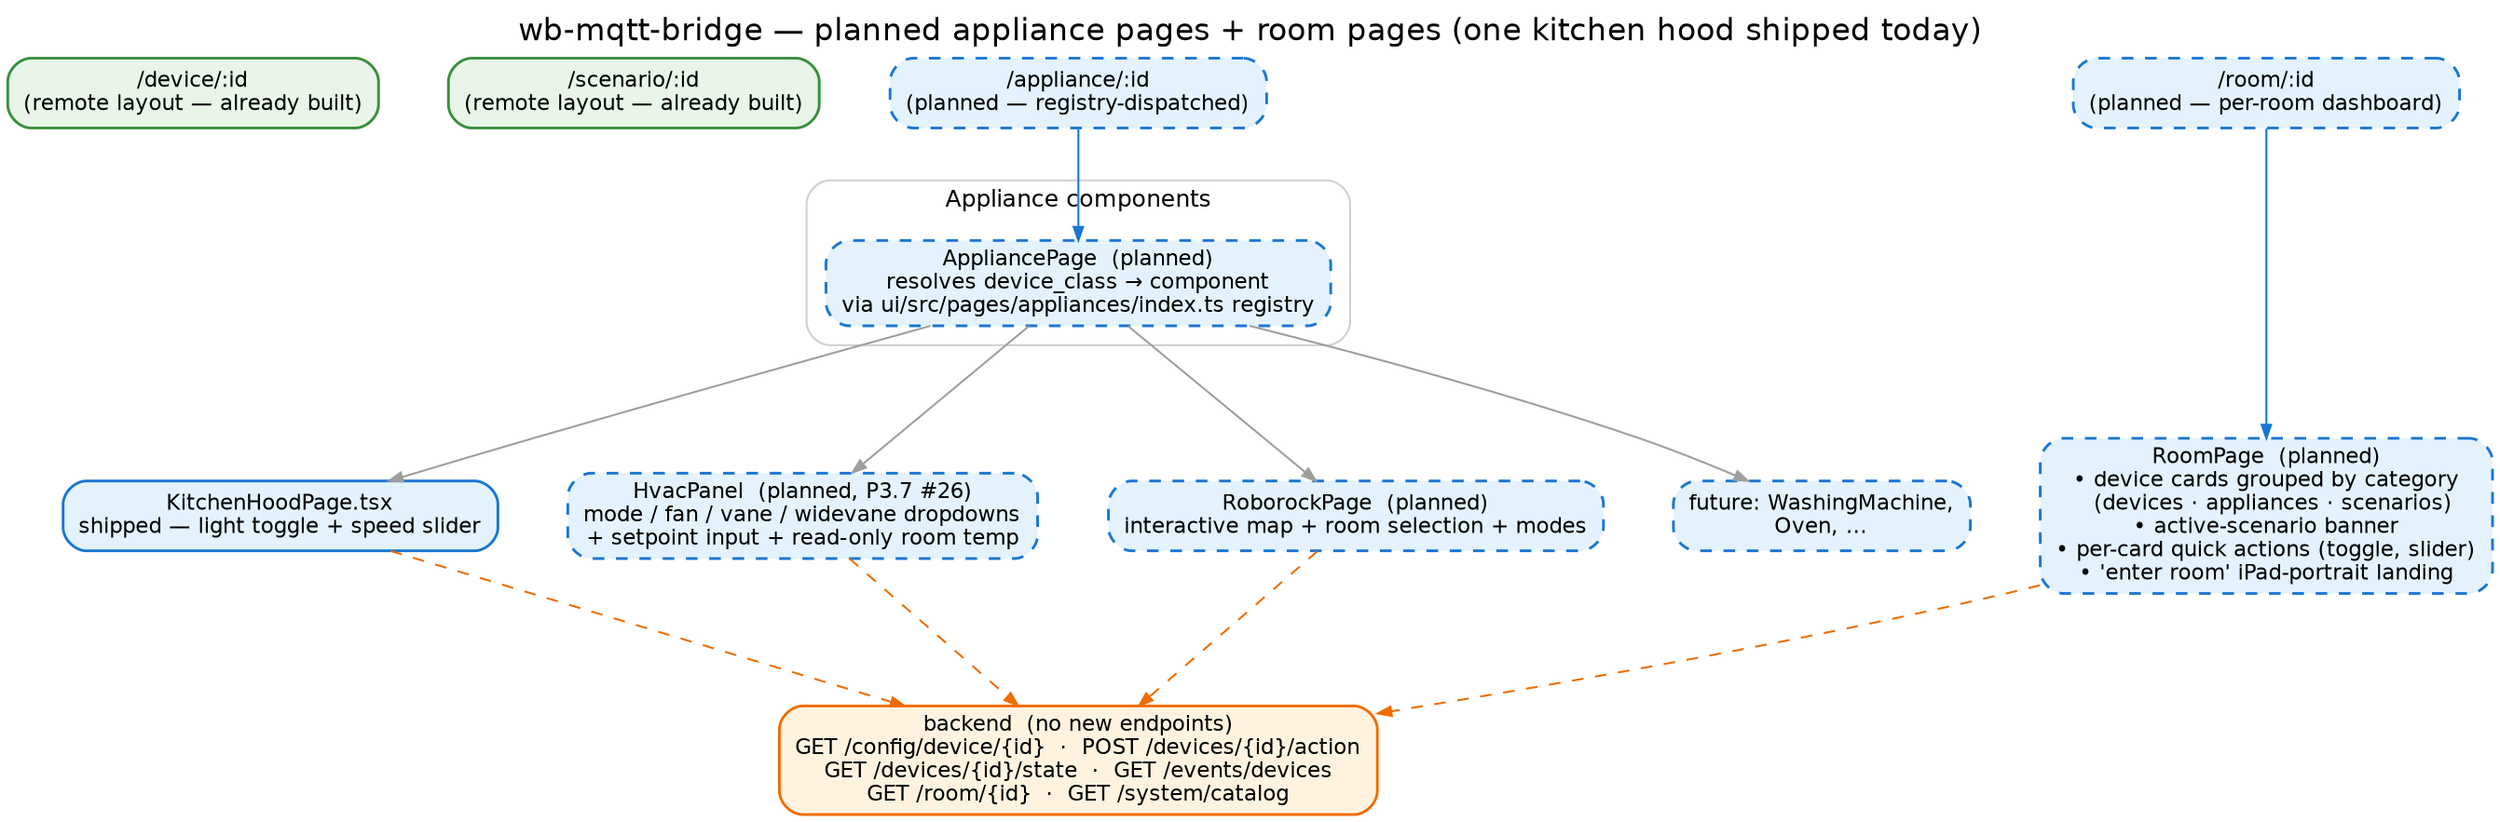
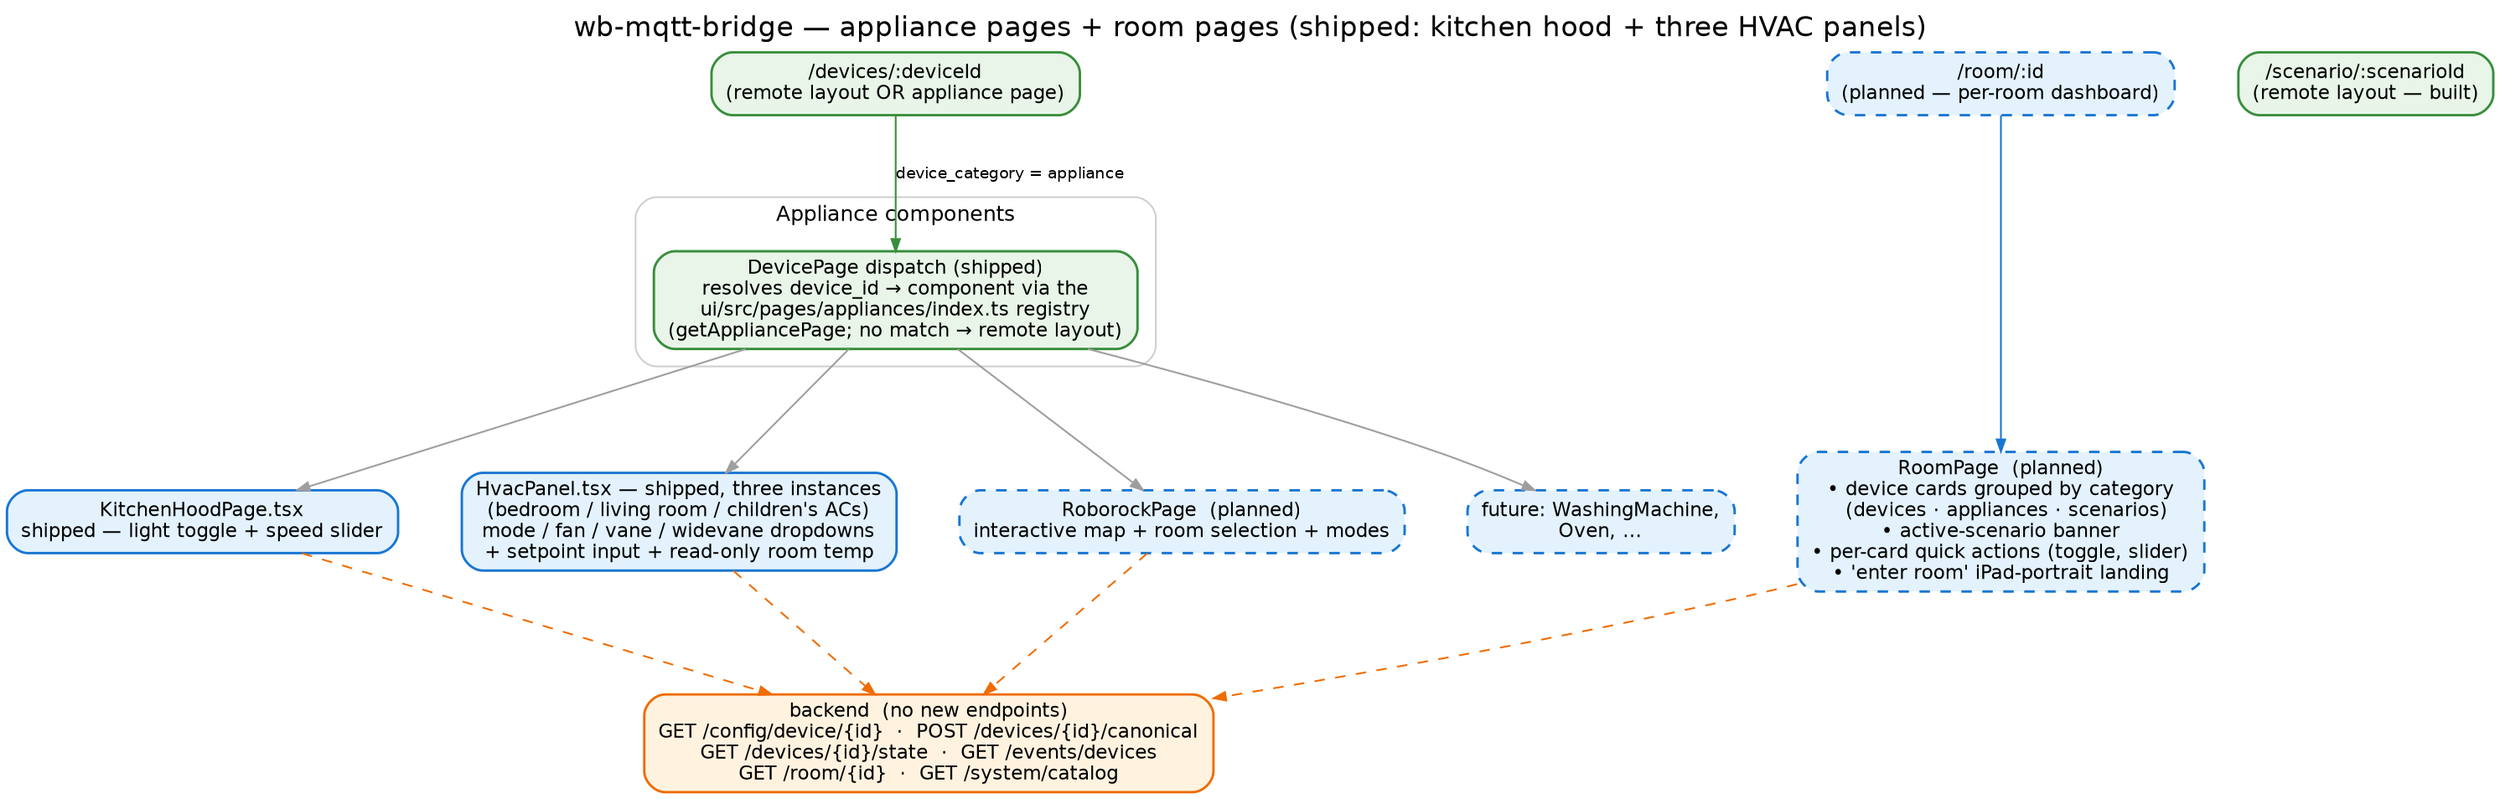
- // wb-mqtt-bridge — planned appliance pages + room pages. Render:
+ // wb-mqtt-bridge — appliance pages (shipped) + room pages (planned). Render:
//   dot -Tpng docs/images/appliance-pages.dot -o docs/images/appliance-pages.png
// Palette: see hexagon.dot header.
digraph appliance_pages {
  rankdir=TB;
  bgcolor="white";
  splines=spline;
  nodesep=0.5; ranksep=0.8;
  fontname="Helvetica"; labelloc=t; fontsize=16;
-   label="wb-mqtt-bridge — planned appliance pages + room pages (one kitchen hood shipped today)";
+   label="wb-mqtt-bridge — appliance pages + room pages (shipped: kitchen hood + three HVAC panels)";

  node [fontname="Helvetica", fontsize=11, shape=box, style="filled,rounded", penwidth=1.4];
  edge [fontname="Helvetica", fontsize=9, color="#9e9e9e", arrowsize=0.7];

  // --- routes ---
  subgraph cluster_routes {
    label="Routes (UI shell)"; fontsize=12; color="#cfcfcf"; style=rounded; margin=12;
-     r_device   [label="/device/:id\n(remote layout — already built)", fillcolor="#e8f5e8", color="#388e3c"];
-     r_scenario [label="/scenario/:id\n(remote layout — already built)", fillcolor="#e8f5e8", color="#388e3c"];
-     r_appliance [label="/appliance/:id\n(planned — registry-dispatched)", fillcolor="#e3f2fd", color="#1976d2", style="filled,rounded,dashed"];
+     r_device   [label="/devices/:deviceId\n(remote layout OR appliance page)", fillcolor="#e8f5e8", color="#388e3c"];
+     r_scenario [label="/scenario/:scenarioId\n(remote layout — built)", fillcolor="#e8f5e8", color="#388e3c"];
    r_room     [label="/room/:id\n(planned — per-room dashboard)", fillcolor="#e3f2fd", color="#1976d2", style="filled,rounded,dashed"];
  }

  // --- appliance components ---
  subgraph cluster_appliance {
    label="Appliance components"; fontsize=12; color="#cfcfcf"; style=rounded; margin=10;
-     container [label="AppliancePage  (planned)\nresolves device_class → component\nvia ui/src/pages/appliances/index.ts registry",
-                fillcolor="#e3f2fd", color="#1976d2", style="filled,rounded,dashed"];
+     container [label="DevicePage dispatch (shipped)\nresolves device_id → component via the\nui/src/pages/appliances/index.ts registry\n(getAppliancePage; no match → remote layout)",
+                fillcolor="#e8f5e8", color="#388e3c"];

    p_kh   [label="KitchenHoodPage.tsx\nshipped — light toggle + speed slider", fillcolor="#e3f2fd", color="#1976d2"];
-     p_hvac [label="HvacPanel  (planned, P3.7 #26)\nmode / fan / vane / widevane dropdowns\n+ setpoint input + read-only room temp", fillcolor="#e3f2fd", color="#1976d2", style="filled,rounded,dashed"];
+     p_hvac [label="HvacPanel.tsx — shipped, three instances\n(bedroom / living room / children's ACs)\nmode / fan / vane / widevane dropdowns\n+ setpoint input + read-only room temp", fillcolor="#e3f2fd", color="#1976d2"];
    p_robo [label="RoborockPage  (planned)\ninteractive map + room selection + modes", fillcolor="#e3f2fd", color="#1976d2", style="filled,rounded,dashed"];
    p_etc  [label="future: WashingMachine,\nOven, …", fillcolor="#e3f2fd", color="#1976d2", style="filled,rounded,dashed"];
  }

  // --- room dashboard ---
  room_page [label="RoomPage  (planned)\n• device cards grouped by category\n  (devices · appliances · scenarios)\n• active-scenario banner\n• per-card quick actions (toggle, slider)\n• 'enter room' iPad-portrait landing",
             fillcolor="#e3f2fd", color="#1976d2", style="filled,rounded,dashed"];

  // --- backend contract (unchanged) ---
-   backend [label="backend  (no new endpoints)\nGET /config/device/{id}  ·  POST /devices/{id}/action\nGET /devices/{id}/state  ·  GET /events/devices\nGET /room/{id}  ·  GET /system/catalog",
+   backend [label="backend  (no new endpoints)\nGET /config/device/{id}  ·  POST /devices/{id}/canonical\nGET /devices/{id}/state  ·  GET /events/devices\nGET /room/{id}  ·  GET /system/catalog",
           fillcolor="#fff3e0", color="#ef6c00"];

  // edges
-   r_appliance -> container [color="#1976d2"];
+   r_device -> container [color="#388e3c", label="device_category = appliance"];
  container -> p_kh;
  container -> p_hvac;
  container -> p_robo;
  container -> p_etc;

  r_room -> room_page [color="#1976d2"];

  // all components hit the same backend surface
  p_kh   -> backend [style=dashed, color="#ef6c00"];
  p_hvac -> backend [style=dashed, color="#ef6c00"];
  p_robo -> backend [style=dashed, color="#ef6c00"];
  room_page -> backend [style=dashed, color="#ef6c00"];

-   {rank=same; r_device; r_scenario; r_appliance; r_room}
+   {rank=same; r_device; r_scenario; r_room}
  {rank=same; p_kh; p_hvac; p_robo; p_etc}
}
